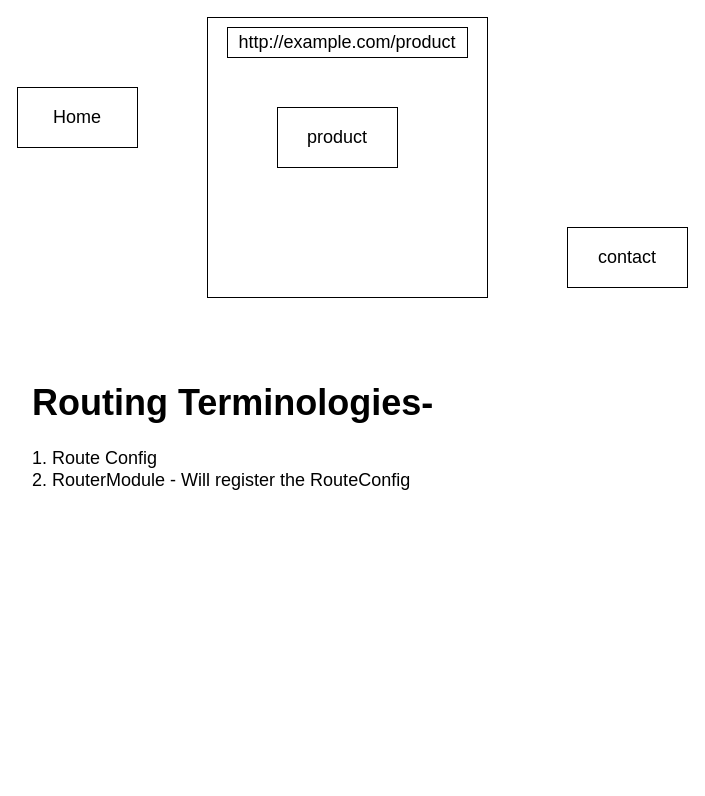
This is page "Page-10" (10 of 10) of diagrams.drawio from synergy2411/incedo-nov21-b1, a draw.io file, before an edit. Source tidied: cells renumbered, new cells numbered last; positions are measured from the earlier drawing's top-left corner, leaving out a move shared by most shapes. Both pictures are drawn from the tidied source at 100%, with x=0, y=0 at pixel (17, 17).
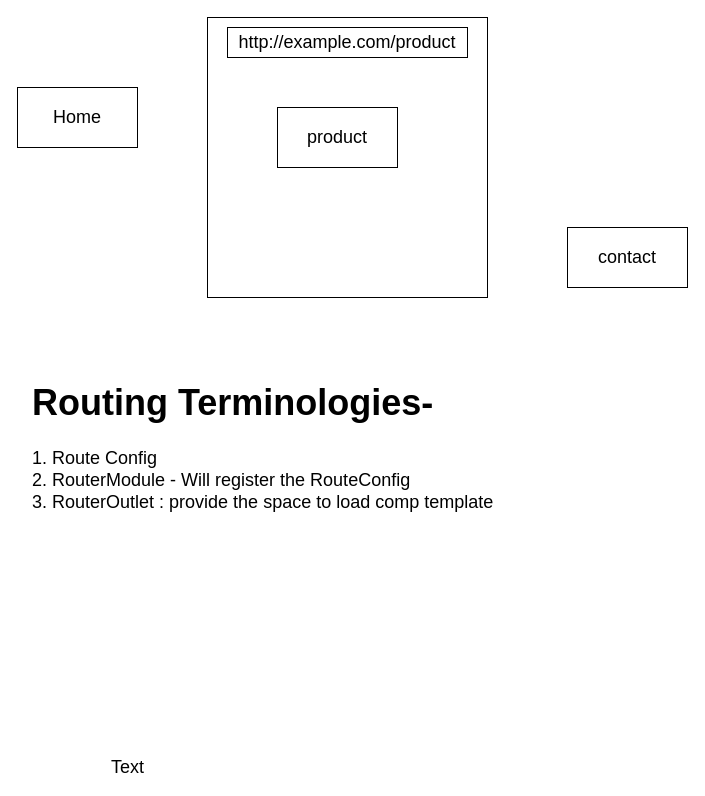
Above is the later version.

Diff of the diagram source:
```diff
@@
 <mxGraphModel>
   <root>
     <mxCell id="0" />
     <mxCell id="1" parent="0" />
     <mxCell id="2" style="whiteSpace=wrap;html=1;fontSize=18;" parent="1" vertex="1">
       <mxGeometry x="190" width="280" height="280" as="geometry" />
     </mxCell>
     <mxCell id="3" value="http://example.com/product" style="rounded=0;whiteSpace=wrap;html=1;fontSize=18;" parent="1" vertex="1">
       <mxGeometry x="210" y="10" width="240" height="30" as="geometry" />
     </mxCell>
     <mxCell id="4" value="Home" style="rounded=0;whiteSpace=wrap;html=1;fontSize=18;" parent="1" vertex="1">
       <mxGeometry y="70" width="120" height="60" as="geometry" />
     </mxCell>
     <mxCell id="5" value="product" style="rounded=0;whiteSpace=wrap;html=1;fontSize=18;" parent="1" vertex="1">
       <mxGeometry x="260" y="90" width="120" height="60" as="geometry" />
     </mxCell>
     <mxCell id="6" value="contact" style="rounded=0;whiteSpace=wrap;html=1;fontSize=18;" parent="1" vertex="1">
       <mxGeometry x="550" y="210" width="120" height="60" as="geometry" />
     </mxCell>
-    <mxCell id="7" value="&lt;h1&gt;Routing Terminologies-&lt;/h1&gt;&lt;div&gt;1. Route Config&lt;/div&gt;&lt;div&gt;2. RouterModule - Will register the RouteConfig&lt;/div&gt;" style="text;html=1;strokeColor=none;fillColor=none;spacing=5;spacingTop=-20;whiteSpace=wrap;overflow=hidden;rounded=0;fontSize=18;" parent="1" vertex="1">
+    <mxCell id="7" value="&lt;h1&gt;Routing Terminologies-&lt;/h1&gt;&lt;div&gt;1. Route Config&lt;/div&gt;&lt;div&gt;2. RouterModule - Will register the RouteConfig&lt;/div&gt;&lt;div&gt;3. RouterOutlet : provide the space to load comp template&lt;/div&gt;" style="text;html=1;strokeColor=none;fillColor=none;spacing=5;spacingTop=-20;whiteSpace=wrap;overflow=hidden;rounded=0;fontSize=18;" parent="1" vertex="1">
       <mxGeometry x="10" y="350" width="570" height="350" as="geometry" />
     </mxCell>
+    <mxCell id="8" value="Text" style="text;html=1;align=center;verticalAlign=middle;strokeColor=none;fillColor=none;fontSize=18;" parent="1" vertex="1">
+      <mxGeometry x="90" y="740" width="40" height="20" as="geometry" />
+    </mxCell>
   </root>
 </mxGraphModel>
```
